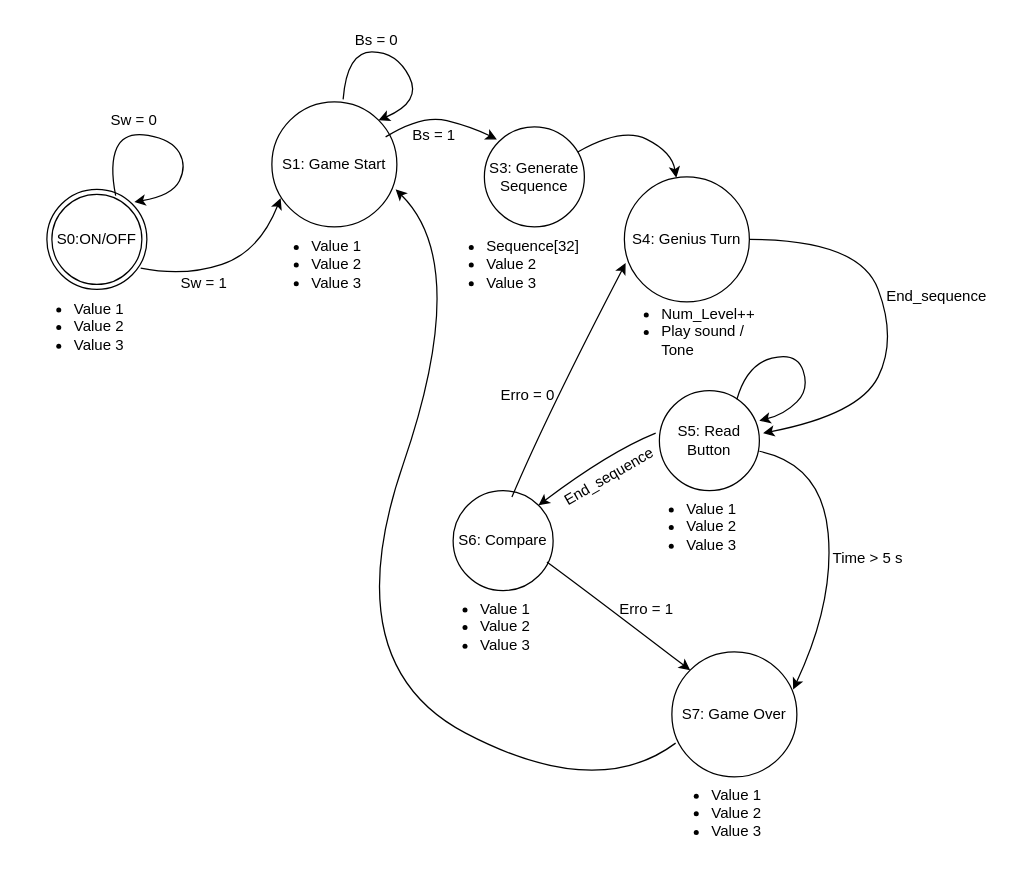
The draw.io diagram docs/DTE_Denius.drawio in DeivisonLuan/Genius_Denius, before the edit. Source tidied: cells renumbered, new cells numbered last; positions are measured from the earlier drawing's top-left corner, leaving out a move shared by most shapes. Both pictures are drawn from the tidied source at 125%, with x=0, y=0 at pixel (21, 21).
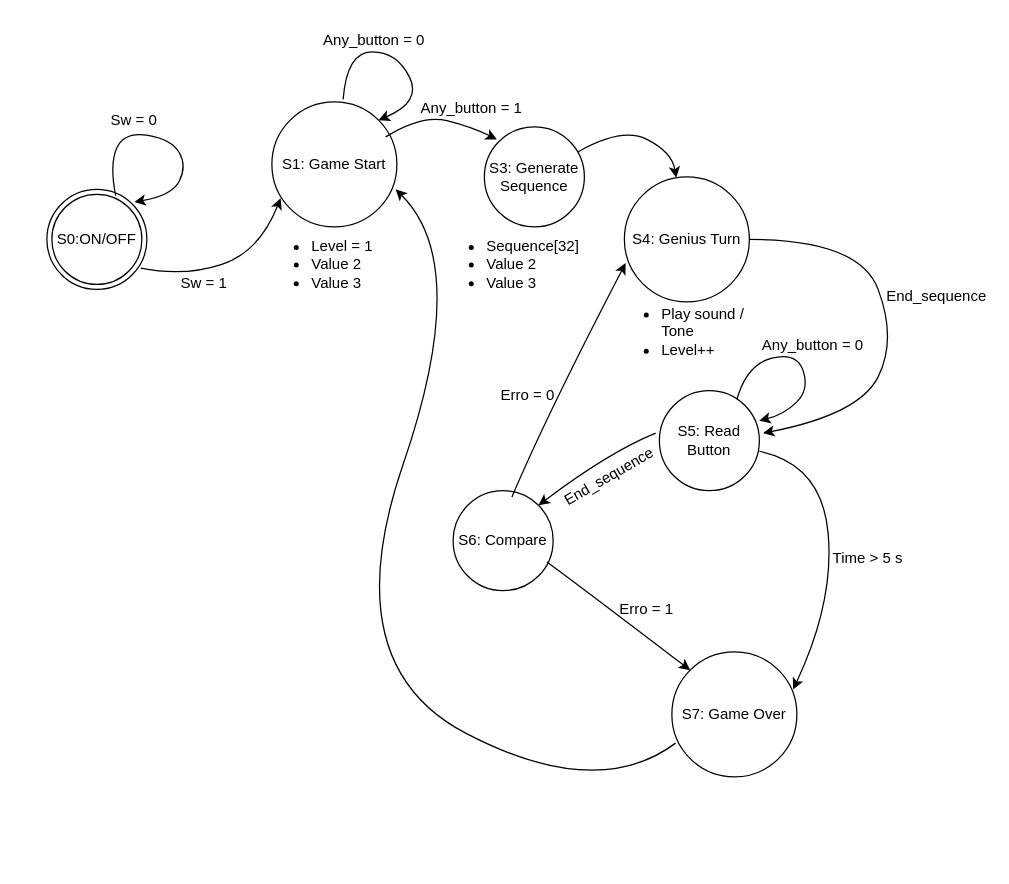
Above is the later version.

The edit, as a diff of the source:
```diff
@@
-    <mxCell id="21" value="&lt;ul&gt;&lt;li&gt;Value 1&lt;/li&gt;&lt;li&gt;Value 2&lt;/li&gt;&lt;li&gt;Value 3&lt;/li&gt;&lt;/ul&gt;" style="text;strokeColor=none;fillColor=none;html=1;whiteSpace=wrap;verticalAlign=middle;overflow=hidden;" parent="1" vertex="1">
-      <mxGeometry y="204" width="100" height="80" as="geometry" />
-    </mxCell>
-    <mxCell id="22" value="&lt;ul&gt;&lt;li&gt;Value 1&lt;/li&gt;&lt;li&gt;Value 2&lt;/li&gt;&lt;li&gt;Value 3&lt;/li&gt;&lt;/ul&gt;" style="text;strokeColor=none;fillColor=none;html=1;whiteSpace=wrap;verticalAlign=middle;overflow=hidden;" parent="1" vertex="1">
+    <mxCell id="22" value="&lt;ul&gt;&lt;li&gt;Level = 1&lt;/li&gt;&lt;li&gt;Value 2&lt;/li&gt;&lt;li&gt;Value 3&lt;/li&gt;&lt;/ul&gt;" style="text;strokeColor=none;fillColor=none;html=1;whiteSpace=wrap;verticalAlign=middle;overflow=hidden;" parent="1" vertex="1">
       <mxGeometry x="190" y="154" width="100" height="80" as="geometry" />
     </mxCell>
@@
-    <mxCell id="24" value="&lt;ul&gt;&lt;li&gt;&lt;span style=&quot;background-color: transparent;&quot;&gt;Num_Level++&lt;/span&gt;&lt;/li&gt;&lt;li&gt;&lt;span style=&quot;background-color: transparent;&quot;&gt;Play sound / Tone&lt;/span&gt;&lt;/li&gt;&lt;/ul&gt;" style="text;strokeColor=none;fillColor=none;html=1;whiteSpace=wrap;verticalAlign=middle;overflow=hidden;" parent="1" vertex="1">
+    <mxCell id="24" value="&lt;ul&gt;&lt;li&gt;&lt;span style=&quot;background-color: transparent;&quot;&gt;Play sound / Tone&lt;/span&gt;&lt;/li&gt;&lt;li&gt;&lt;span style=&quot;background-color: transparent;&quot;&gt;Level++&lt;/span&gt;&lt;/li&gt;&lt;/ul&gt;" style="text;strokeColor=none;fillColor=none;html=1;whiteSpace=wrap;verticalAlign=middle;overflow=hidden;" parent="1" vertex="1">
       <mxGeometry x="470" y="210" width="130" height="76" as="geometry" />
     </mxCell>
-    <mxCell id="25" value="&lt;ul&gt;&lt;li&gt;Value 1&lt;/li&gt;&lt;li&gt;Value 2&lt;/li&gt;&lt;li&gt;Value 3&lt;/li&gt;&lt;/ul&gt;" style="text;strokeColor=none;fillColor=none;html=1;whiteSpace=wrap;verticalAlign=middle;overflow=hidden;" parent="1" vertex="1">
-      <mxGeometry x="490" y="364" width="100" height="80" as="geometry" />
-    </mxCell>
-    <mxCell id="26" value="&lt;ul&gt;&lt;li&gt;Value 1&lt;/li&gt;&lt;li&gt;Value 2&lt;/li&gt;&lt;li&gt;Value 3&lt;/li&gt;&lt;/ul&gt;" style="text;strokeColor=none;fillColor=none;html=1;whiteSpace=wrap;verticalAlign=middle;overflow=hidden;" parent="1" vertex="1">
-      <mxGeometry x="510" y="593" width="100" height="80" as="geometry" />
-    </mxCell>
-    <mxCell id="27" value="&lt;ul&gt;&lt;li&gt;Value 1&lt;/li&gt;&lt;li&gt;Value 2&lt;/li&gt;&lt;li&gt;Value 3&lt;/li&gt;&lt;/ul&gt;" style="text;strokeColor=none;fillColor=none;html=1;whiteSpace=wrap;verticalAlign=middle;overflow=hidden;" parent="1" vertex="1">
-      <mxGeometry x="325" y="444" width="100" height="80" as="geometry" />
-    </mxCell>
@@
-    <mxCell id="29" value="Bs = 0" style="text;html=1;align=center;verticalAlign=middle;whiteSpace=wrap;rounded=0;" parent="1" vertex="1">
-      <mxGeometry x="254" width="60" height="30" as="geometry" />
+    <mxCell id="29" value="Any_button = 0" style="text;html=1;align=center;verticalAlign=middle;whiteSpace=wrap;rounded=0;" parent="1" vertex="1">
+      <mxGeometry x="239" width="86" height="30" as="geometry" />
     </mxCell>
@@
-    <mxCell id="31" value="Bs = 1" style="text;html=1;align=center;verticalAlign=middle;whiteSpace=wrap;rounded=0;" parent="1" vertex="1">
-      <mxGeometry x="300" y="76" width="60" height="30" as="geometry" />
+    <mxCell id="31" value="Any_button = 1" style="text;html=1;align=center;verticalAlign=middle;whiteSpace=wrap;rounded=0;" parent="1" vertex="1">
+      <mxGeometry x="315" y="54" width="90" height="30" as="geometry" />
     </mxCell>
@@
+    <mxCell id="37" value="Any_button = 0" style="text;html=1;align=center;verticalAlign=middle;whiteSpace=wrap;rounded=0;" parent="1" vertex="1">
+      <mxGeometry x="590" y="244" width="86" height="30" as="geometry" />
+    </mxCell>
```
